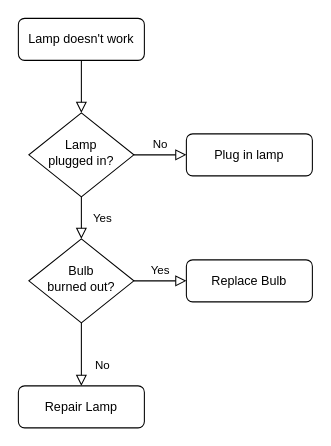
This is flow chart.drawio from terryatgithub/books, a draw.io file, before an edit. Source tidied: cells renumbered, new cells numbered last; positions are measured from the earlier drawing's top-left corner, leaving out a move shared by most shapes. Both pictures are drawn from the tidied source at 105%, with x=0, y=0 at pixel (18, 18).
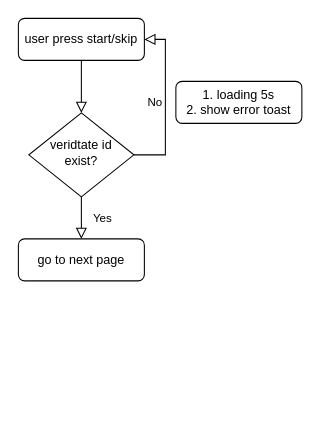
Above is the later version.

The edit, as a diff of the source:
```diff
@@
 <mxGraphModel>
   <root>
     <mxCell id="0" />
     <mxCell id="1" parent="0" />
     <mxCell id="2" style="rounded=0;html=1;jettySize=auto;fontSize=11;endArrow=block;endFill=0;endSize=8;strokeWidth=1;shadow=0;labelBackgroundColor=none;edgeStyle=orthogonalEdgeStyle;" parent="1" edge="1" source="3" target="6">
       <mxGeometry relative="1" as="geometry" />
     </mxCell>
-    <mxCell id="3" value="Lamp doesn't work" style="rounded=1;whiteSpace=wrap;html=1;fontSize=12;glass=0;strokeWidth=1;shadow=0;" parent="1" vertex="1">
+    <mxCell id="3" value="user press start/skip" style="rounded=1;whiteSpace=wrap;html=1;fontSize=12;glass=0;strokeWidth=1;shadow=0;" parent="1" vertex="1">
       <mxGeometry width="120" height="40" as="geometry" />
     </mxCell>
-    <mxCell id="4" value="Yes" style="rounded=0;html=1;jettySize=auto;fontSize=11;endArrow=block;endFill=0;endSize=8;strokeWidth=1;shadow=0;labelBackgroundColor=none;edgeStyle=orthogonalEdgeStyle;" parent="1" edge="1" source="6" target="10">
-      <mxGeometry y="20" relative="1" as="geometry" />
+    <mxCell id="4" value="Yes" style="rounded=0;html=1;jettySize=auto;orthogonalLoop=1;fontSize=11;endArrow=block;endFill=0;endSize=8;strokeWidth=1;shadow=0;labelBackgroundColor=none;edgeStyle=orthogonalEdgeStyle;" parent="1" edge="1">
+      <mxGeometry y="20" relative="1" as="geometry">
+        <mxPoint x="60" y="170" as="sourcePoint" />
+        <mxPoint x="60" y="210" as="targetPoint" />
+        <Array as="points">
+          <mxPoint x="60" y="190" />
+          <mxPoint x="60" y="190" />
+        </Array>
+      </mxGeometry>
     </mxCell>
-    <mxCell id="5" value="No" style="edgeStyle=orthogonalEdgeStyle;rounded=0;html=1;jettySize=auto;fontSize=11;endArrow=block;endFill=0;endSize=8;strokeWidth=1;shadow=0;labelBackgroundColor=none;" parent="1" edge="1" source="6" target="7">
-      <mxGeometry y="10" relative="1" as="geometry" />
+    <mxCell id="5" value="No" style="edgeStyle=orthogonalEdgeStyle;rounded=0;html=1;jettySize=auto;fontSize=11;endArrow=block;endFill=0;endSize=8;strokeWidth=1;shadow=0;labelBackgroundColor=none;entryX=1;entryY=0.5;entryDx=0;entryDy=0;" parent="1" edge="1" source="6" target="3">
+      <mxGeometry y="10" relative="1" as="geometry">
+        <Array as="points">
+          <mxPoint x="140" y="130" />
+          <mxPoint x="140" y="20" />
+        </Array>
+      </mxGeometry>
     </mxCell>
-    <mxCell id="6" value="Lamp&lt;br&gt;plugged in?" style="rhombus;whiteSpace=wrap;html=1;shadow=0;fontFamily=Helvetica;fontSize=12;align=center;strokeWidth=1;spacing=6;spacingTop=-4;" parent="1" vertex="1">
+    <mxCell id="6" value="veridtate id exist?" style="rhombus;whiteSpace=wrap;html=1;shadow=0;fontFamily=Helvetica;fontSize=12;align=center;strokeWidth=1;spacing=6;spacingTop=-4;" parent="1" vertex="1">
       <mxGeometry x="10" y="90" width="100" height="80" as="geometry" />
     </mxCell>
-    <mxCell id="7" value="Plug in lamp" style="rounded=1;whiteSpace=wrap;html=1;fontSize=12;glass=0;strokeWidth=1;shadow=0;" parent="1" vertex="1">
-      <mxGeometry x="160" y="110" width="120" height="40" as="geometry" />
+    <mxCell id="7" value="1. loading 5s&lt;br&gt;2. show error toast" style="rounded=1;whiteSpace=wrap;html=1;fontSize=12;glass=0;strokeWidth=1;shadow=0;" parent="1" vertex="1">
+      <mxGeometry x="150" y="60" width="120" height="40" as="geometry" />
     </mxCell>
-    <mxCell id="8" value="No" style="rounded=0;html=1;jettySize=auto;fontSize=11;endArrow=block;endFill=0;endSize=8;strokeWidth=1;shadow=0;labelBackgroundColor=none;edgeStyle=orthogonalEdgeStyle;" parent="1" edge="1" source="10" target="11">
-      <mxGeometry x="0.33" y="20" relative="1" as="geometry" />
-    </mxCell>
-    <mxCell id="9" value="Yes" style="edgeStyle=orthogonalEdgeStyle;rounded=0;html=1;jettySize=auto;fontSize=11;endArrow=block;endFill=0;endSize=8;strokeWidth=1;shadow=0;labelBackgroundColor=none;" parent="1" edge="1" source="10" target="12">
-      <mxGeometry y="10" relative="1" as="geometry" />
-    </mxCell>
-    <mxCell id="10" value="Bulb&lt;br&gt;burned out?" style="rhombus;whiteSpace=wrap;html=1;shadow=0;fontFamily=Helvetica;fontSize=12;align=center;strokeWidth=1;spacing=6;spacingTop=-4;" parent="1" vertex="1">
-      <mxGeometry x="10" y="210" width="100" height="80" as="geometry" />
-    </mxCell>
-    <mxCell id="11" value="Repair Lamp" style="rounded=1;whiteSpace=wrap;html=1;fontSize=12;glass=0;strokeWidth=1;shadow=0;" parent="1" vertex="1">
-      <mxGeometry y="350" width="120" height="40" as="geometry" />
+    <mxCell id="11" value="go to next page" style="rounded=1;whiteSpace=wrap;html=1;fontSize=12;glass=0;strokeWidth=1;shadow=0;" parent="1" vertex="1">
+      <mxGeometry y="210" width="120" height="40" as="geometry" />
     </mxCell>
-    <mxCell id="12" value="Replace Bulb" style="rounded=1;whiteSpace=wrap;html=1;fontSize=12;glass=0;strokeWidth=1;shadow=0;" parent="1" vertex="1">
-      <mxGeometry x="160" y="230" width="120" height="40" as="geometry" />
-    </mxCell>
   </root>
 </mxGraphModel>
```
